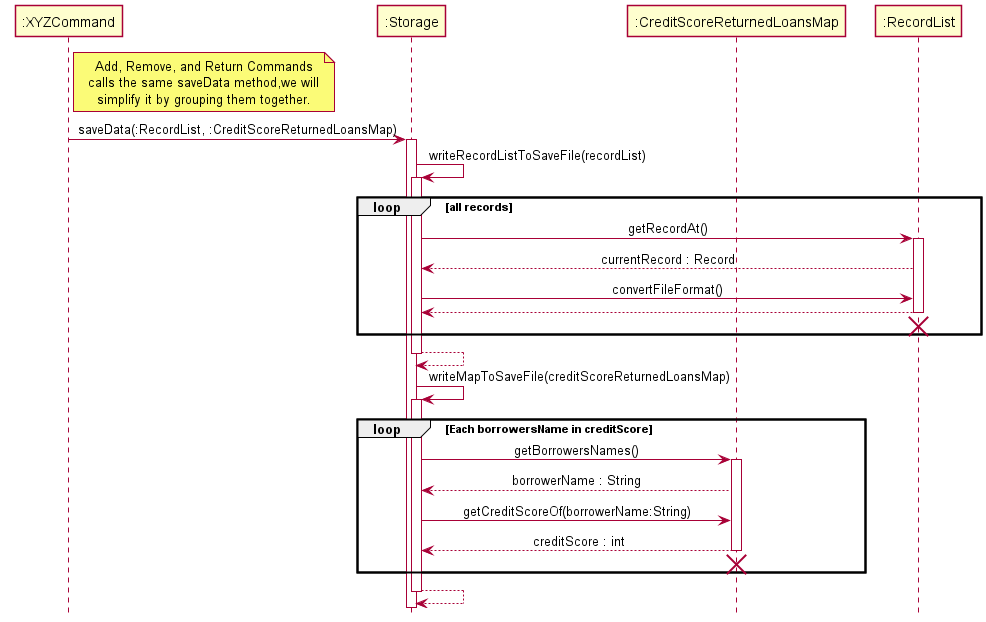
nus-cs2113-AY2021S2/tp keeps this PlantUML diagram as docs/img/StorageSequenceDiagramSave.png. Above is the earlier version.
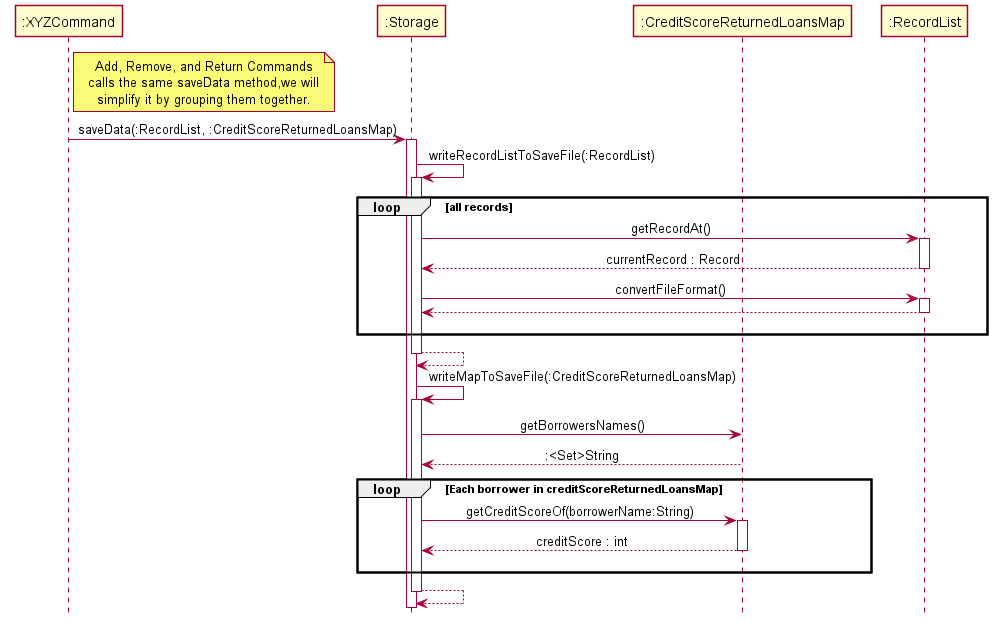
After the commit.

Commit message:
Updated UML diagrams

Diff of the diagram source:
```diff
@@ -14,34 +14,34 @@
 
 XYZCommand -> Storage : saveData(:RecordList, :CreditScoreReturnedLoansMap)
 activate Storage
-Storage -> Storage : writeRecordListToSaveFile(recordList)
+Storage -> Storage : writeRecordListToSaveFile(:RecordList)
 activate Storage
 Loop all records
 Storage -> RecordList : getRecordAt()
 activate RecordList
 RecordList --> Storage : currentRecord : Record
+deactivate RecordList
 Storage -> RecordList : convertFileFormat()
+activate RecordList
 RecordList --> Storage
 deactivate RecordList
 RecordList --[Hidden]> Storage
-destroy RecordList
 end loop
 
 activate Storage
 Storage --> Storage
 deactivate Storage
-Storage -> Storage : writeMapToSaveFile(creditScoreReturnedLoansMap)
+Storage -> Storage : writeMapToSaveFile(:CreditScoreReturnedLoansMap)
 
 activate Storage
-Loop Each borrowersName in creditScore
 Storage -> CSRLM : getBorrowersNames()
+CSRLM --> Storage :  :<Set>String
+Loop Each borrower in creditScoreReturnedLoansMap
+Storage -> CSRLM : getCreditScoreOf(borrowerName:String)
 activate CSRLM
-CSRLM --> Storage : borrowerName : String
-Storage -> CSRLM : getCreditScoreOf(borrowerName:String)
 CSRLM --> Storage : creditScore : int
 deactivate CSRLM
 CSRLM --[Hidden]> Storage
-destroy CSRLM
 end loop
 Storage --> Storage
 deactivate Storage
```
